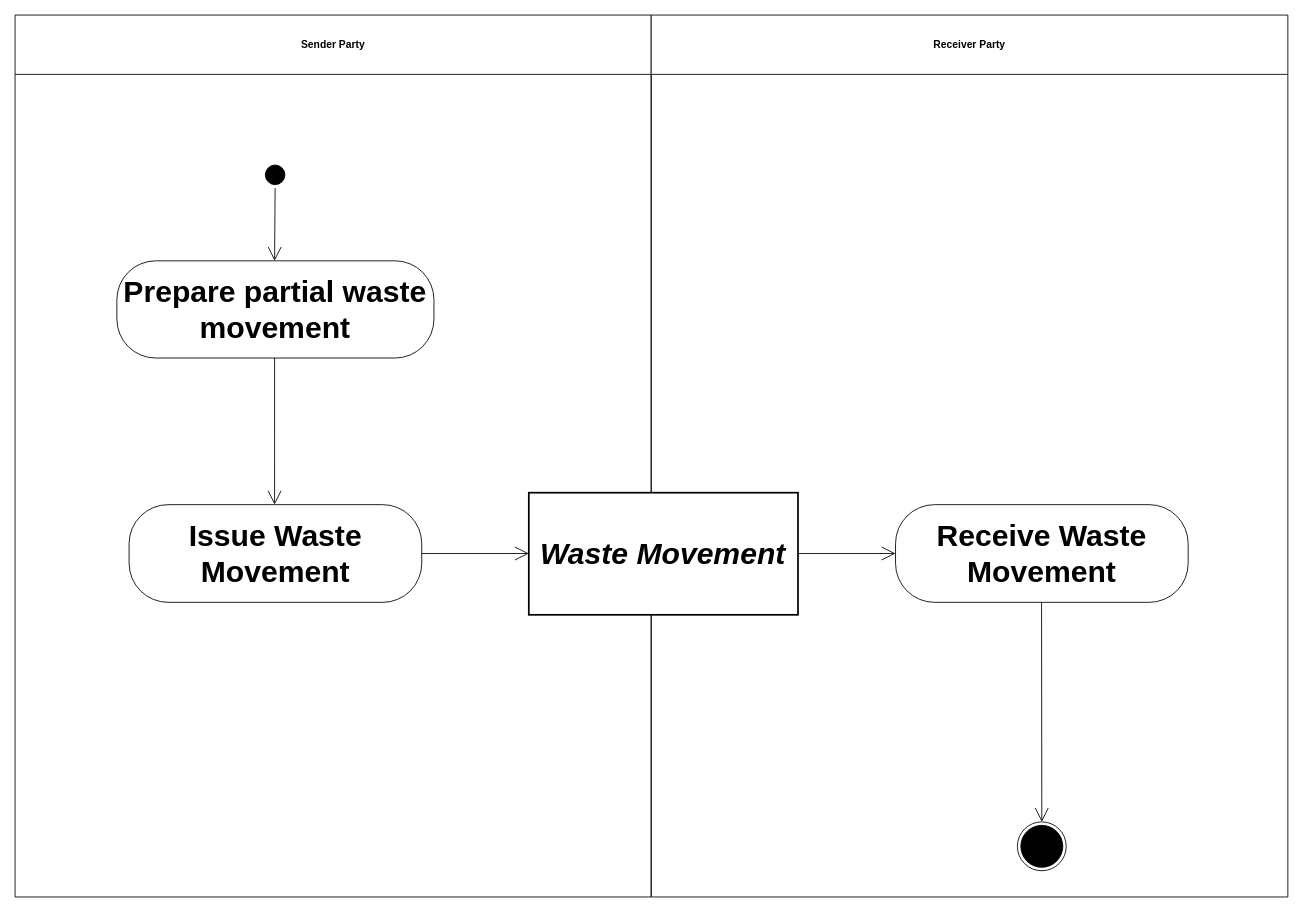
kduvekot/ubl-work-on-svg-images keeps this draw.io diagram as diagrams/UBL-2.5-WasteMovementProcess/UBL-2.5-WasteMovementProcess.drawio. Above is the earlier version. Source tidied: cells renumbered, new cells numbered last; positions are measured from the earlier drawing's top-left corner, leaving out a move shared by most shapes. Both pictures are drawn from the tidied source at 86%, with x=0, y=0 at pixel (15, 15).
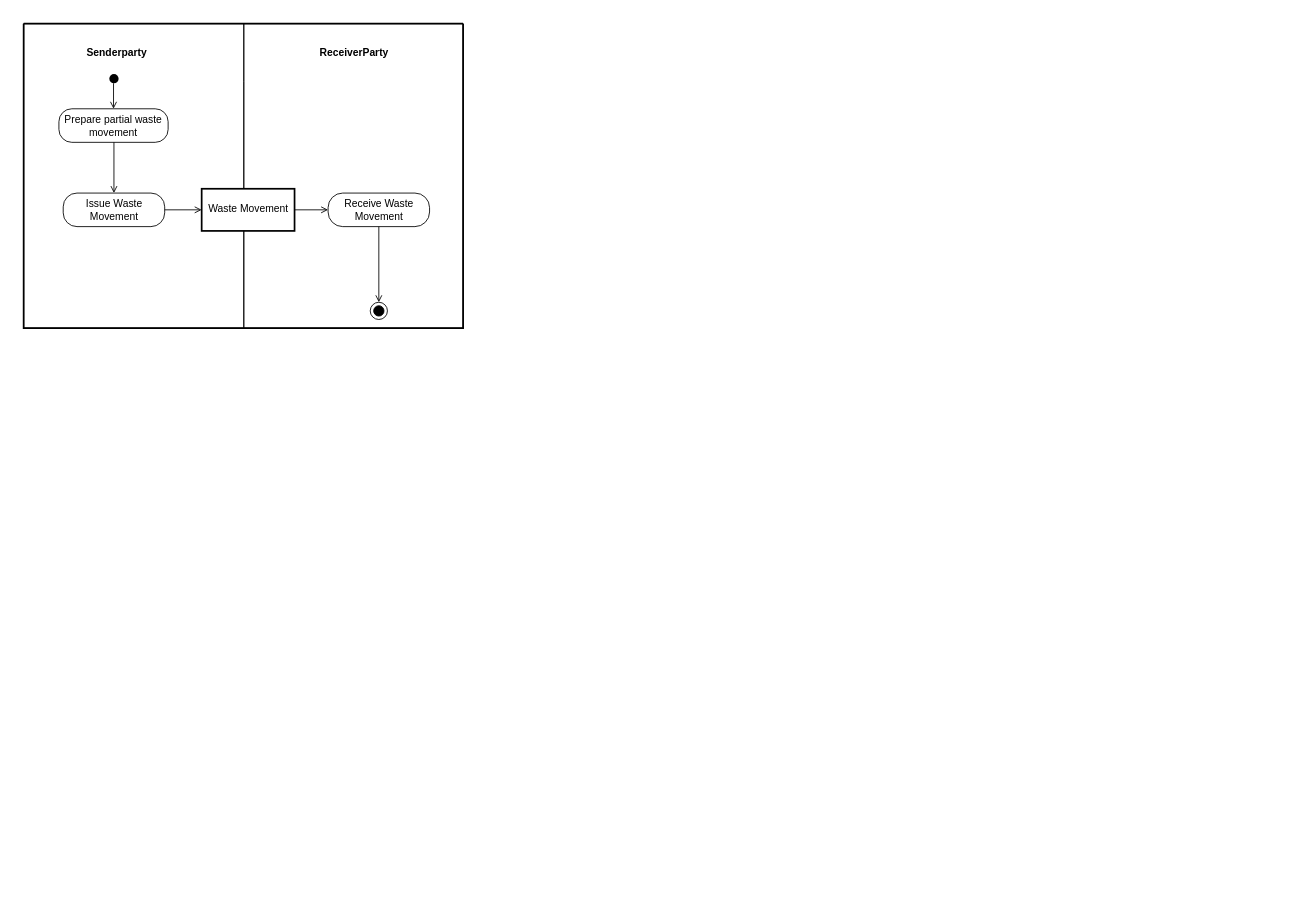
The same diagram, later.

What changed in the source:
```diff
@@
 <mxGraphModel>
   <root>
     <mxCell id="0" />
     <mxCell id="1" parent="0" />
+    <mxCell id="15" style="swimlane;html=1;startSize=0;whiteSpace=wrap;fillColor=none;strokeWidth=2;" parent="1" vertex="1">
+      <mxGeometry x="10" y="10" width="511" height="354" as="geometry" />
+    </mxCell>
-    <mxCell id="2" value="Sender Party" style="swimlane;whiteSpace=wrap;html=1;startSize=69;" parent="1" vertex="1">
-      <mxGeometry width="739.7" height="1025.5" as="geometry" />
+    <mxCell id="2" value="Senderparty" style="swimlane;horizontal=1;startSize=67;swimlaneLine=0;html=1;fillColor=none;fontSize=12;fontStyle=1;spacing=0;spacingRight=40;" parent="15" vertex="1">
+      <mxGeometry width="256" height="354" as="geometry" />
     </mxCell>
-    <mxCell id="3" value="Receiver Party" style="swimlane;whiteSpace=wrap;html=1;startSize=69;" parent="1" vertex="1">
-      <mxGeometry x="739.7" width="740.3" height="1025.5" as="geometry" />
+    <mxCell id="3" value="ReceiverParty" style="swimlane;horizontal=1;startSize=67;swimlaneLine=0;html=1;fillColor=none;fontSize=12;fontStyle=1;spacing=0;" parent="15" vertex="1">
+      <mxGeometry x="256" width="255" height="354" as="geometry" />
     </mxCell>
-    <mxCell id="4" style="ellipse;html=1;shape=startState;fillColor=#000000;strokeColor=#000000;fontFamily=Helvetica;fontSize=35;" parent="1" vertex="1">
-      <mxGeometry x="287" y="170.4" width="30.8" height="30.8" as="geometry" />
+    <mxCell id="4" style="ellipse;shape=startState;fillColor=#000000;strokeColor=none;html=1;" parent="2" vertex="1">
+      <mxGeometry x="96" y="55" width="18" height="18" as="geometry" />
     </mxCell>
-    <mxCell id="5" value="Prepare partial waste movement" style="rounded=1;arcSize=40;whiteSpace=wrap;html=1;fontStyle=1;fontFamily=Helvetica;fontSize=35;" parent="1" vertex="1">
-      <mxGeometry x="118.4" y="285.8" width="368.7" height="113" as="geometry" />
+    <mxCell id="5" value="Prepare partial waste&lt;br&gt;movement" style="rounded=1;absoluteArcSize=1;arcSize=30;html=1;whiteSpace=nowrap;fontSize=12;fontStyle=0;align=center;verticalAlign=middle;spacing=0;spacingRight=1;" parent="2" vertex="1">
+      <mxGeometry x="41" y="99" width="127" height="39" as="geometry" />
     </mxCell>
-    <mxCell id="6" value="Waste Movement" style="rounded=0;whiteSpace=wrap;html=1;fontStyle=3;strokeWidth=2;fontFamily=Helvetica;fontSize=35;" parent="1" vertex="1">
-      <mxGeometry x="597.4" y="555.4" width="313" height="142" as="geometry" />
+    <mxCell id="6" value="Waste Movement" style="rounded=0;html=1;whiteSpace=nowrap;fontSize=12;fontStyle=0;align=center;verticalAlign=middle;spacing=0;spacingRight=1;spacingBottom=1;strokeWidth=2;" parent="3" vertex="1">
+      <mxGeometry x="-49" y="192" width="108" height="49" as="geometry" />
     </mxCell>
-    <mxCell id="7" value="Issue Waste Movement" style="rounded=1;arcSize=40;whiteSpace=wrap;html=1;fontStyle=1;fontFamily=Helvetica;fontSize=35;" parent="1" vertex="1">
-      <mxGeometry x="132.6" y="569.3" width="340.3" height="113.6" as="geometry" />
+    <mxCell id="7" value="Issue Waste&lt;br&gt;Movement" style="rounded=1;absoluteArcSize=1;arcSize=32;html=1;whiteSpace=nowrap;fontSize=12;fontStyle=0;align=center;verticalAlign=middle;spacing=0;" parent="2" vertex="1">
+      <mxGeometry x="46" y="197" width="118" height="39" as="geometry" />
     </mxCell>
-    <mxCell id="8" value="Receive Waste Movement" style="rounded=1;arcSize=40;whiteSpace=wrap;html=1;fontStyle=1;fontFamily=Helvetica;fontSize=35;" parent="1" vertex="1">
-      <mxGeometry x="1023.8" y="569.3" width="340.3" height="113.6" as="geometry" />
+    <mxCell id="8" value="Receive Waste&lt;br&gt;Movement" style="rounded=1;absoluteArcSize=1;arcSize=34;html=1;whiteSpace=nowrap;fontSize=12;fontStyle=0;align=center;verticalAlign=middle;spacing=0;" parent="3" vertex="1">
+      <mxGeometry x="98" y="197" width="118" height="39" as="geometry" />
     </mxCell>
-    <mxCell id="9" style="ellipse;html=1;shape=endState;fillColor=#000000;strokeColor=#000000;fontFamily=Helvetica;fontSize=35;" parent="1" vertex="1">
-      <mxGeometry x="1165.5" y="938.2" width="56.8" height="56.8" as="geometry" />
+    <mxCell id="9" style="ellipse;shape=endState;fillColor=#000000;html=1;" parent="3" vertex="1">
+      <mxGeometry x="147" y="324" width="20" height="20" as="geometry" />
     </mxCell>
-    <mxCell id="10" style="edgeStyle=none;rounded=0;html=1;endArrow=open;endFill=0;endSize=14;exitX=0.4805;exitY=1.0;entryX=0.4974;entryY=0.0;" parent="1" edge="1" source="4" target="5">
+    <mxCell id="10" style="edgeStyle=none;rounded=0;html=1;endArrow=open;endFill=0;endSize=6;exitPerimeter=0;entryX=0.5;entryY=0;entryPerimeter=0;exitX=0.472222;exitY=0.7938;" parent="2" edge="1" source="4" target="5">
       <mxGeometry relative="1" as="geometry" />
     </mxCell>
-    <mxCell id="11" style="edgeStyle=none;rounded=0;html=1;endArrow=open;endFill=0;endSize=14;exitX=0.4974;exitY=1.0;entryX=0.4972;entryY=0.0;" parent="1" edge="1" source="5" target="7">
+    <mxCell id="11" style="edgeStyle=none;rounded=0;html=1;endArrow=open;endFill=0;endSize=6;exitPerimeter=0;entryX=0.5;entryY=0;entryPerimeter=0;exitX=0.503937;exitY=1;" parent="2" edge="1" source="5" target="7">
       <mxGeometry relative="1" as="geometry" />
     </mxCell>
-    <mxCell id="12" style="edgeStyle=none;rounded=0;html=1;endArrow=open;endFill=0;endSize=14;exitX=1.0;exitY=0.5;entryX=0.0;entryY=0.4979;" parent="1" edge="1" source="7" target="6">
+    <mxCell id="12" style="edgeStyle=none;rounded=0;html=1;endArrow=open;endFill=0;endSize=6;exitX=1;exitY=0.5;exitPerimeter=0;entryX=0;entryY=0.5;entryPerimeter=0;" parent="15" edge="1" source="7" target="6">
       <mxGeometry relative="1" as="geometry" />
     </mxCell>
-    <mxCell id="13" style="edgeStyle=none;rounded=0;html=1;endArrow=open;endFill=0;endSize=14;exitX=1.0;exitY=0.4979;entryX=0.0;entryY=0.5;" parent="1" edge="1" source="6" target="8">
+    <mxCell id="13" style="edgeStyle=none;rounded=0;html=1;endArrow=open;endFill=0;endSize=6;exitX=1;exitY=0.5;exitPerimeter=0;entryX=0;entryY=0.5;entryPerimeter=0;" parent="3" edge="1" source="6" target="8">
       <mxGeometry relative="1" as="geometry" />
     </mxCell>
-    <mxCell id="14" style="edgeStyle=none;rounded=0;html=1;endArrow=open;endFill=0;endSize=14;exitX=0.499;exitY=1.0;entryX=0.4947;entryY=0.0;" parent="1" edge="1" source="8" target="9">
+    <mxCell id="14" style="edgeStyle=none;rounded=0;html=1;endArrow=open;endFill=0;endSize=6;exitX=0.5;exitY=1;exitPerimeter=0;entryPerimeter=0;entryX=0.5;entryY=0;" parent="3" edge="1" source="8" target="9">
       <mxGeometry relative="1" as="geometry" />
     </mxCell>
   </root>
 </mxGraphModel>
```
